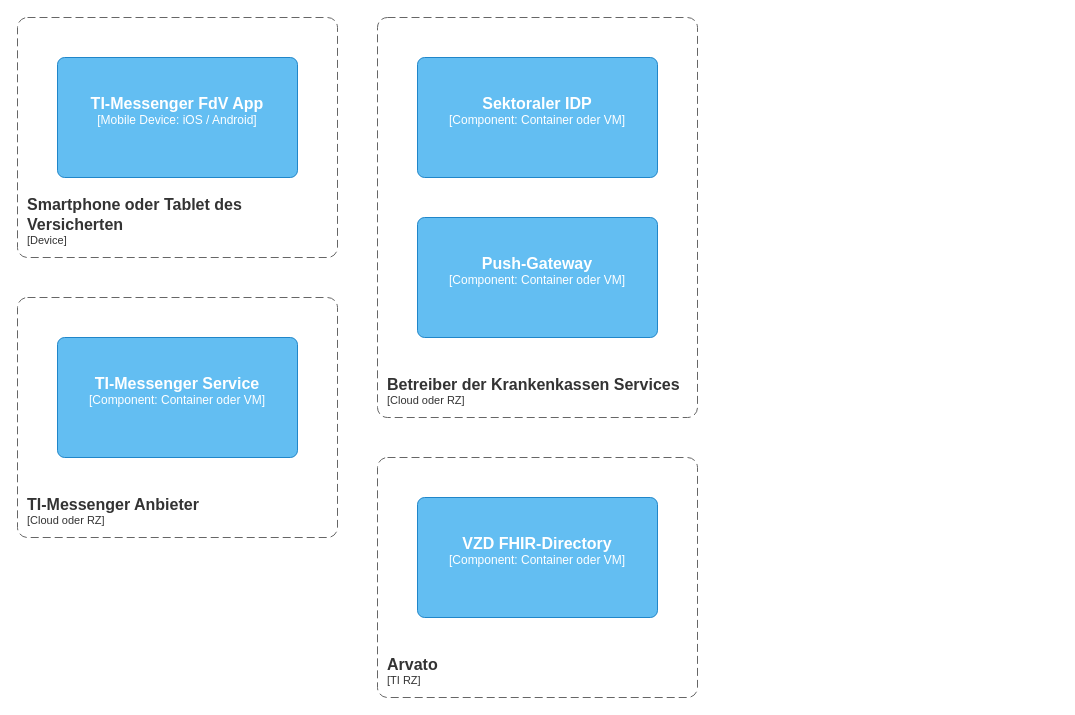
This is src/drawio/TI-Messenger_2.0_für_Versicherte_Verteilungssicht.drawio from gematik/api-ti-messenger, a draw.io file, before an edit. Source tidied: cells renumbered, new cells numbered last; positions are measured from the earlier drawing's top-left corner, leaving out a move shared by most shapes. Both pictures are drawn from the tidied source at 100%, with x=0, y=0 at pixel (17, 17).
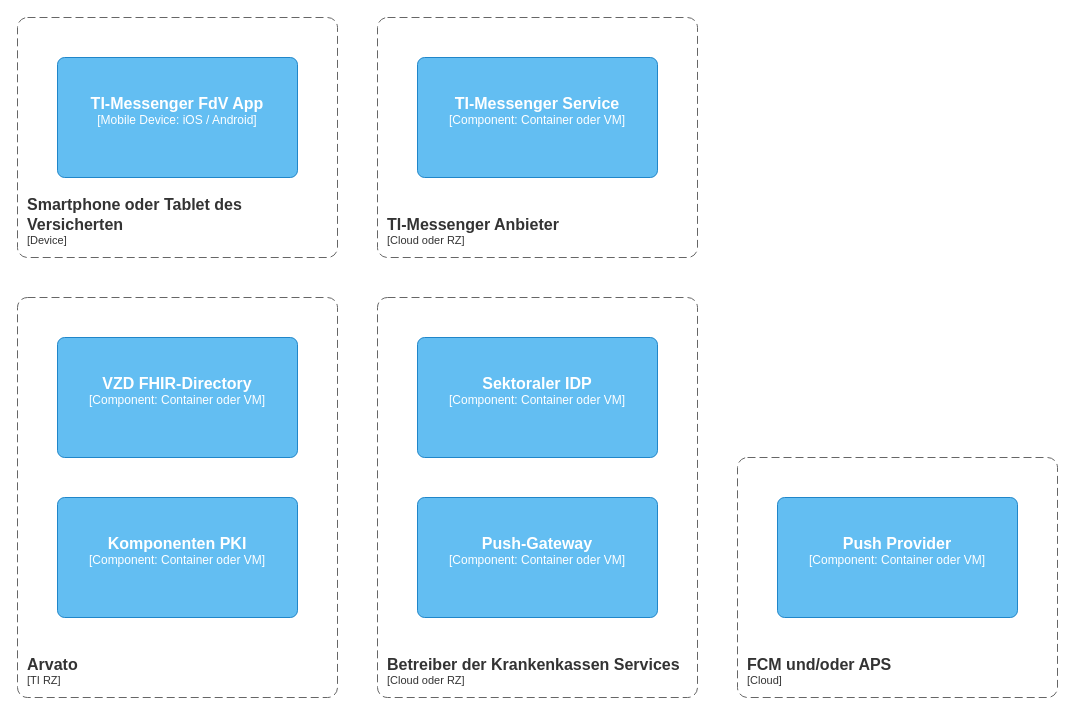
The same diagram, later.

What changed in the source:
```diff
@@
-    <object id="4" label="&lt;font style=&quot;font-size: 16px&quot;&gt;&lt;b&gt;&lt;div style=&quot;text-align: left&quot;&gt;%c4Name%&lt;/div&gt;&lt;/b&gt;&lt;/font&gt;&lt;div style=&quot;text-align: left&quot;&gt;[%c4Application%]&lt;/div&gt;" c4Application="Cloud oder RZ" c4Name="TI-Messenger Anbieter" placeholders="1">
+    <object id="4" label="&lt;font style=&quot;font-size: 16px&quot;&gt;&lt;b&gt;&lt;div style=&quot;text-align: left&quot;&gt;%c4Name%&lt;/div&gt;&lt;/b&gt;&lt;/font&gt;&lt;div style=&quot;text-align: left&quot;&gt;[%c4Application%]&lt;/div&gt;" c4Application="Cloud" c4Name="FCM und/oder APS" placeholders="1">
       <mxCell style="rounded=1;fontSize=11;whiteSpace=wrap;html=1;dashed=1;arcSize=20;fillColor=none;strokeColor=#666666;fontColor=#333333;labelBackgroundColor=none;align=left;verticalAlign=bottom;labelBorderColor=none;spacingTop=0;spacing=10;dashPattern=8 4;perimeter=rectanglePerimeter;noLabel=0;labelPadding=0;absoluteArcSize=1;" parent="1" vertex="1">
-        <mxGeometry y="280" width="320" height="240" as="geometry" />
+        <mxGeometry x="720" y="440" width="320" height="240" as="geometry" />
       </mxCell>
     </object>
-    <object id="5" label="&lt;font style=&quot;font-size: 16px&quot;&gt;&lt;b&gt;%c4Name%&lt;/b&gt;&lt;/font&gt;&lt;div&gt;[%c4Type%: %c4Technology%]&lt;/div&gt;&lt;br&gt;&lt;div&gt;&lt;font style=&quot;font-size: 11px&quot;&gt;%c4Description%&lt;/font&gt;&lt;/div&gt;" c4Description="" c4Name="TI-Messenger Service" c4Technology="Container oder VM" c4Type="Component" placeholders="1">
+    <object id="5" label="&lt;font style=&quot;font-size: 16px&quot;&gt;&lt;b&gt;%c4Name%&lt;/b&gt;&lt;/font&gt;&lt;div&gt;[%c4Type%: %c4Technology%]&lt;/div&gt;&lt;br&gt;&lt;div&gt;&lt;font style=&quot;font-size: 11px&quot;&gt;%c4Description%&lt;/font&gt;&lt;/div&gt;" c4Description="" c4Name="Push Provider" c4Technology="Container oder VM" c4Type="Component" placeholders="1">
       <mxCell style="rounded=1;whiteSpace=wrap;html=1;labelBackgroundColor=none;fillColor=#63BEF2;fontColor=#ffffff;align=center;arcSize=6;strokeColor=#2086C9;" parent="1" vertex="1">
-        <mxGeometry x="40" y="320" width="240" height="120" as="geometry" />
+        <mxGeometry x="760" y="480" width="240" height="120" as="geometry" />
       </mxCell>
     </object>
     <object id="6" label="&lt;font style=&quot;font-size: 16px&quot;&gt;&lt;b&gt;%c4Name%&lt;/b&gt;&lt;/font&gt;&lt;div&gt;[%c4Type%: %c4Technology%]&lt;/div&gt;&lt;br&gt;&lt;div&gt;&lt;font style=&quot;font-size: 11px&quot;&gt;%c4Description%&lt;/font&gt;&lt;/div&gt;" c4Description="" c4Name="VZD FHIR-Directory" c4Technology="Container oder VM" c4Type="Component" placeholders="1">
       <mxCell style="rounded=1;whiteSpace=wrap;html=1;labelBackgroundColor=none;fillColor=#63BEF2;fontColor=#ffffff;align=center;arcSize=6;strokeColor=#2086C9;" parent="1" vertex="1">
-        <mxGeometry x="400" y="480" width="240" height="120" as="geometry" />
+        <mxGeometry x="40" y="320" width="240" height="120" as="geometry" />
       </mxCell>
     </object>
     <object id="7" label="&lt;font style=&quot;font-size: 16px&quot;&gt;&lt;b&gt;&lt;div style=&quot;text-align: left&quot;&gt;%c4Name%&lt;/div&gt;&lt;/b&gt;&lt;/font&gt;&lt;div style=&quot;text-align: left&quot;&gt;[%c4Application%]&lt;/div&gt;" c4Application="Cloud oder RZ" c4Name="Betreiber der Krankenkassen Services" placeholders="1">
       <mxCell style="rounded=1;fontSize=11;whiteSpace=wrap;html=1;dashed=1;arcSize=20;fillColor=none;strokeColor=#666666;fontColor=#333333;labelBackgroundColor=none;align=left;verticalAlign=bottom;labelBorderColor=none;spacingTop=0;spacing=10;dashPattern=8 4;perimeter=rectanglePerimeter;noLabel=0;labelPadding=0;absoluteArcSize=1;" parent="1" vertex="1">
-        <mxGeometry x="360" width="320" height="400" as="geometry" />
+        <mxGeometry x="360" y="280" width="320" height="400" as="geometry" />
       </mxCell>
     </object>
     <object id="8" label="&lt;font style=&quot;font-size: 16px&quot;&gt;&lt;b&gt;%c4Name%&lt;/b&gt;&lt;/font&gt;&lt;div&gt;[%c4Type%: %c4Technology%]&lt;/div&gt;&lt;br&gt;&lt;div&gt;&lt;font style=&quot;font-size: 11px&quot;&gt;%c4Description%&lt;/font&gt;&lt;/div&gt;" c4Description="" c4Name="Sektoraler IDP" c4Technology="Container oder VM" c4Type="Component" placeholders="1">
       <mxCell style="rounded=1;whiteSpace=wrap;html=1;labelBackgroundColor=none;fillColor=#63BEF2;fontColor=#ffffff;align=center;arcSize=6;strokeColor=#2086C9;" parent="1" vertex="1">
-        <mxGeometry x="400" y="40" width="240" height="120" as="geometry" />
+        <mxGeometry x="400" y="320" width="240" height="120" as="geometry" />
       </mxCell>
     </object>
     <object id="9" label="&lt;font style=&quot;font-size: 16px&quot;&gt;&lt;b&gt;&lt;div style=&quot;text-align: left&quot;&gt;%c4Name%&lt;/div&gt;&lt;/b&gt;&lt;/font&gt;&lt;div style=&quot;text-align: left&quot;&gt;[%c4Application%]&lt;/div&gt;" c4Application="TI RZ" c4Name="Arvato" placeholders="1">
       <mxCell style="rounded=1;fontSize=11;whiteSpace=wrap;html=1;dashed=1;arcSize=20;fillColor=none;strokeColor=#666666;fontColor=#333333;labelBackgroundColor=none;align=left;verticalAlign=bottom;labelBorderColor=none;spacingTop=0;spacing=10;dashPattern=8 4;perimeter=rectanglePerimeter;noLabel=0;labelPadding=0;absoluteArcSize=1;" parent="1" vertex="1">
-        <mxGeometry x="360" y="440" width="320" height="240" as="geometry" />
+        <mxGeometry y="280" width="320" height="400" as="geometry" />
       </mxCell>
     </object>
     <object id="10" label="&lt;font style=&quot;font-size: 16px&quot;&gt;&lt;b&gt;%c4Name%&lt;/b&gt;&lt;/font&gt;&lt;div&gt;[%c4Type%: %c4Technology%]&lt;/div&gt;&lt;br&gt;&lt;div&gt;&lt;font style=&quot;font-size: 11px&quot;&gt;%c4Description%&lt;/font&gt;&lt;/div&gt;" c4Description="" c4Name="Push-Gateway" c4Technology="Container oder VM" c4Type="Component" placeholders="1">
       <mxCell style="rounded=1;whiteSpace=wrap;html=1;labelBackgroundColor=none;fillColor=#63BEF2;fontColor=#ffffff;align=center;arcSize=6;strokeColor=#2086C9;" parent="1" vertex="1">
-        <mxGeometry x="400" y="200" width="240" height="120" as="geometry" />
+        <mxGeometry x="400" y="480" width="240" height="120" as="geometry" />
       </mxCell>
     </object>
+    <object id="11" label="&lt;font style=&quot;font-size: 16px&quot;&gt;&lt;b&gt;%c4Name%&lt;/b&gt;&lt;/font&gt;&lt;div&gt;[%c4Type%: %c4Technology%]&lt;/div&gt;&lt;br&gt;&lt;div&gt;&lt;font style=&quot;font-size: 11px&quot;&gt;%c4Description%&lt;/font&gt;&lt;/div&gt;" c4Description="" c4Name="Komponenten PKI" c4Technology="Container oder VM" c4Type="Component" placeholders="1">
+      <mxCell style="rounded=1;whiteSpace=wrap;html=1;labelBackgroundColor=none;fillColor=#63BEF2;fontColor=#ffffff;align=center;arcSize=6;strokeColor=#2086C9;" parent="1" vertex="1">
+        <mxGeometry x="40" y="480" width="240" height="120" as="geometry" />
+      </mxCell>
+    </object>
+    <object id="12" label="&lt;font style=&quot;font-size: 16px&quot;&gt;&lt;b&gt;&lt;div style=&quot;text-align: left&quot;&gt;%c4Name%&lt;/div&gt;&lt;/b&gt;&lt;/font&gt;&lt;div style=&quot;text-align: left&quot;&gt;[%c4Application%]&lt;/div&gt;" c4Application="Cloud oder RZ" c4Name="TI-Messenger Anbieter" placeholders="1">
+      <mxCell style="rounded=1;fontSize=11;whiteSpace=wrap;html=1;dashed=1;arcSize=20;fillColor=none;strokeColor=#666666;fontColor=#333333;labelBackgroundColor=none;align=left;verticalAlign=bottom;labelBorderColor=none;spacingTop=0;spacing=10;dashPattern=8 4;perimeter=rectanglePerimeter;noLabel=0;labelPadding=0;absoluteArcSize=1;" parent="1" vertex="1">
+        <mxGeometry x="360" width="320" height="240" as="geometry" />
+      </mxCell>
+    </object>
+    <object id="13" label="&lt;font style=&quot;font-size: 16px&quot;&gt;&lt;b&gt;%c4Name%&lt;/b&gt;&lt;/font&gt;&lt;div&gt;[%c4Type%: %c4Technology%]&lt;/div&gt;&lt;br&gt;&lt;div&gt;&lt;font style=&quot;font-size: 11px&quot;&gt;%c4Description%&lt;/font&gt;&lt;/div&gt;" c4Description="" c4Name="TI-Messenger Service" c4Technology="Container oder VM" c4Type="Component" placeholders="1">
+      <mxCell style="rounded=1;whiteSpace=wrap;html=1;labelBackgroundColor=none;fillColor=#63BEF2;fontColor=#ffffff;align=center;arcSize=6;strokeColor=#2086C9;" parent="1" vertex="1">
+        <mxGeometry x="400" y="40" width="240" height="120" as="geometry" />
+      </mxCell>
+    </object>
```
